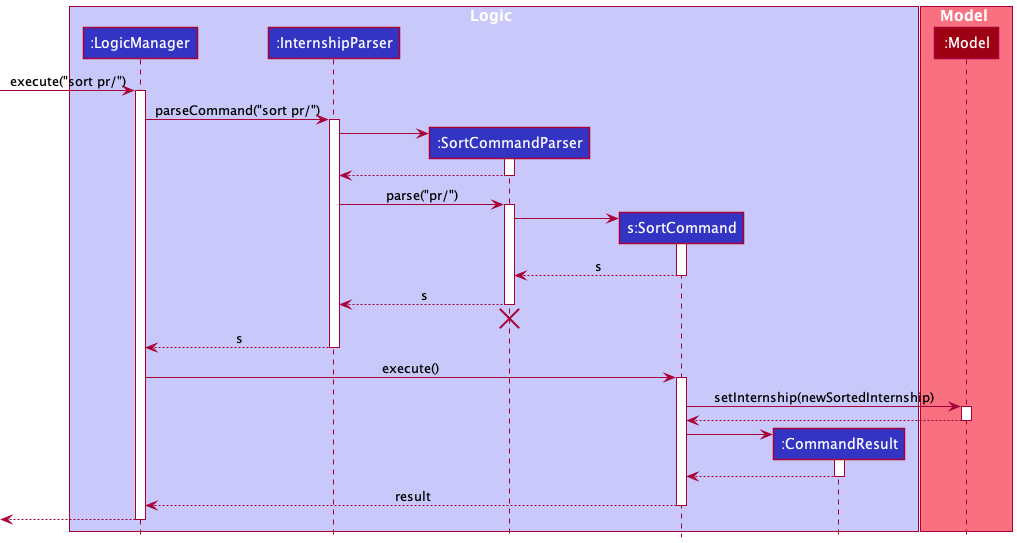
tianyue58/tp keeps this PlantUML diagram as docs/images/umldiagrams/SortSequenceDiagram.png. Above is the earlier version.
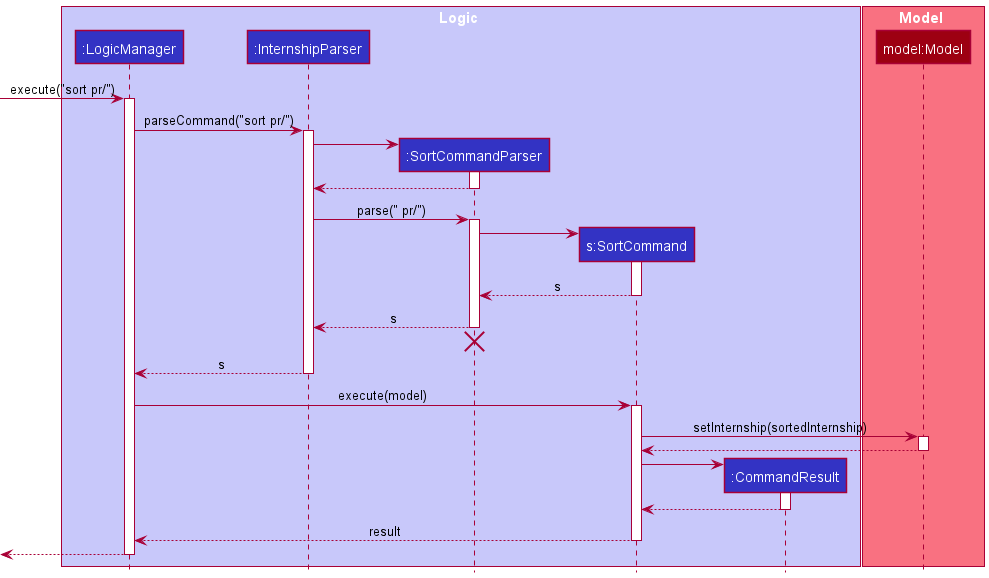
After the change.

The edit, as a diff of the source:
```diff
@@ -10,7 +10,7 @@
 end box
 
 box Model MODEL_COLOR_T1
-participant ":Model" as Model MODEL_COLOR
+participant "model:Model" as Model MODEL_COLOR
 end box
 
 [-> LogicManager : execute("sort pr/")
@@ -26,7 +26,7 @@
 SortCommandParser --> InternshipParser
 deactivate SortCommandParser
 
-InternshipParser -> SortCommandParser : parse("pr/")
+InternshipParser -> SortCommandParser : parse(" pr/")
 activate SortCommandParser
 
 create SortCommand
@@ -44,10 +44,10 @@
 InternshipParser --> LogicManager : s
 deactivate InternshipParser
 
-LogicManager -> SortCommand : execute()
+LogicManager -> SortCommand : execute(model)
 activate SortCommand
 
-SortCommand -> Model : setInternship(newSortedInternship)
+SortCommand -> Model : setInternship(sortedInternship)
 activate Model
 
 Model --> SortCommand
```
